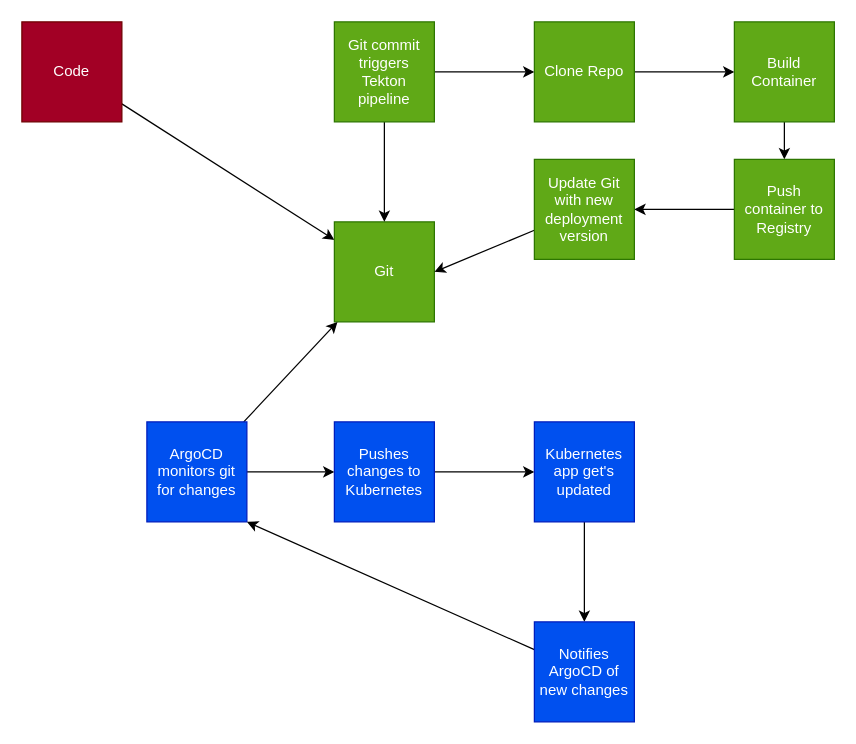
The draw.io diagram educates/workshop/content/exercises/01-flow/flow.drawio in GlobeTeam-Platform/ga-kursus-cicd, before the edit. Source tidied: cells renumbered, new cells numbered last; positions are measured from the earlier drawing's top-left corner, leaving out a move shared by most shapes. Both pictures are drawn from the tidied source at 125%, with x=0, y=0 at pixel (21, 21).
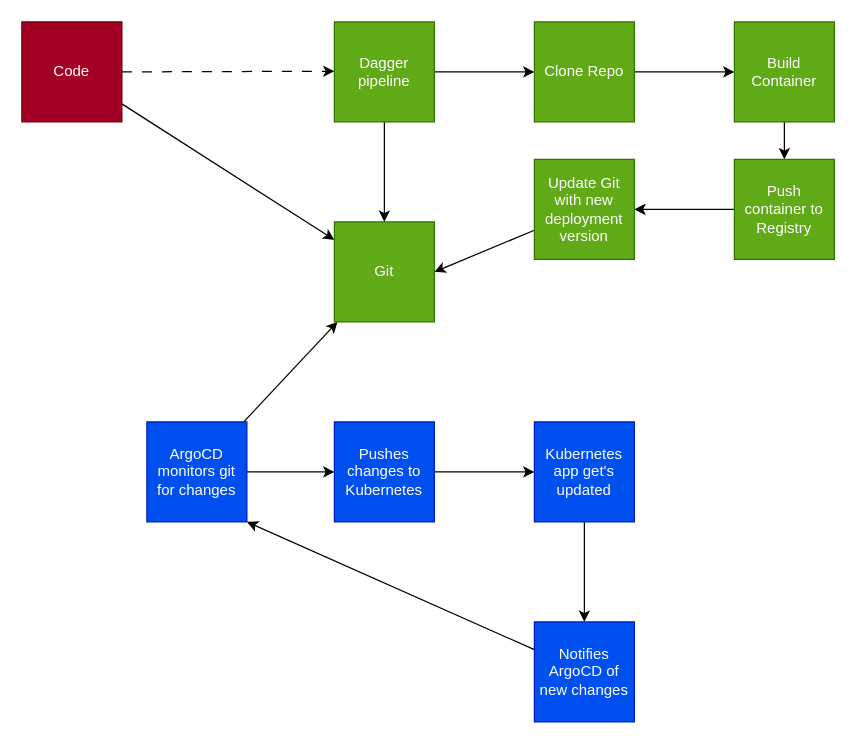
After the change.

The change refers to these unchanged cells:
```xml
<mxCell id="3" value="Code" style="whiteSpace=wrap;html=1;fillColor=#a20025;fontColor=#ffffff;strokeColor=#6F0000;" parent="1" vertex="1">
  <mxGeometry width="80" height="80" as="geometry" />
</mxCell>
```

Change to the diagram source:
```diff
@@
-    <mxCell id="7" value="Git commit triggers Tekton pipeline" style="whiteSpace=wrap;html=1;fillColor=#60a917;fontColor=#ffffff;strokeColor=#2D7600;" parent="1" vertex="1">
+    <mxCell id="7" value="Dagger pipeline" style="whiteSpace=wrap;html=1;fillColor=#60a917;fontColor=#ffffff;strokeColor=#2D7600;" parent="1" vertex="1">
       <mxGeometry x="250" width="80" height="80" as="geometry" />
     </mxCell>
@@
+    <mxCell id="25" style="edgeStyle=none;html=1;strokeColor=default;jumpStyle=none;exitX=1;exitY=0.5;exitDx=0;exitDy=0;shadow=0;dashed=1;dashPattern=8 8;" parent="1" edge="1" source="3">
+      <mxGeometry relative="1" as="geometry">
+        <mxPoint x="250" y="39.5" as="targetPoint" />
+      </mxGeometry>
+    </mxCell>
```
